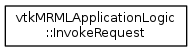
The Graphviz diagram master/inherit_graph_136.png in jamesobutler/apidocs.slicer.org, before a commit. Its source is kept beside it as master/inherit_graph_136.dot.
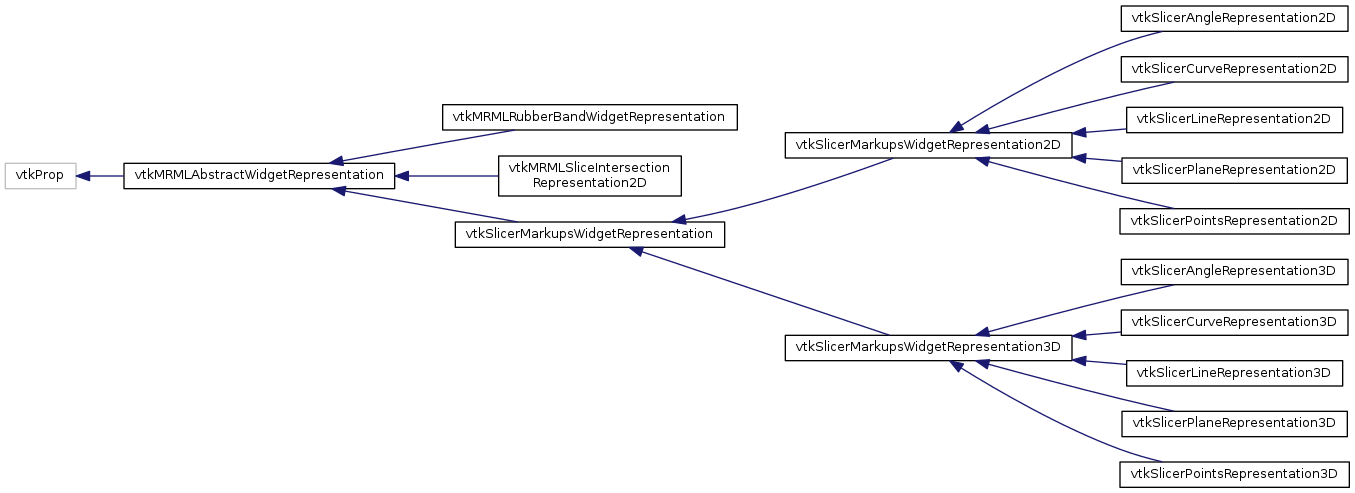
After the change.

Change to the diagram source:
```diff
@@ -4,5 +4,37 @@
   edge [fontname="Helvetica",fontsize="10",labelfontname="Helvetica",labelfontsize="10"];
   node [fontname="Helvetica",fontsize="10",shape=record];
   rankdir="LR";
-  Node0 [label="vtkMRMLApplicationLogic\l::InvokeRequest",height=0.2,width=0.4,color="black",URL="$structvtkMRMLApplicationLogic_1_1InvokeRequest.html",tooltip="Structure passed as calldata pointer in the RequestEvent invoked event. "];
+  Node31 [label="vtkProp",height=0.2,width=0.4,color="grey75"];
+  Node31 -> Node0 [dir="back",color="midnightblue",fontsize="10",style="solid",fontname="Helvetica"];
+  Node0 [label="vtkMRMLAbstractWidgetRepresentation",height=0.2,width=0.4,color="black",URL="$classvtkMRMLAbstractWidgetRepresentation.html",tooltip="Class for rendering a markups node. "];
+  Node0 -> Node1 [dir="back",color="midnightblue",fontsize="10",style="solid",fontname="Helvetica"];
+  Node1 [label="vtkMRMLRubberBandWidgetRepresentation",height=0.2,width=0.4,color="black",URL="$classvtkMRMLRubberBandWidgetRepresentation.html",tooltip="represent intersections of other slice views in the current slice view "];
+  Node0 -> Node2 [dir="back",color="midnightblue",fontsize="10",style="solid",fontname="Helvetica"];
+  Node2 [label="vtkMRMLSliceIntersection\lRepresentation2D",height=0.2,width=0.4,color="black",URL="$classvtkMRMLSliceIntersectionRepresentation2D.html",tooltip="represent intersections of other slice views in the current slice view "];
+  Node0 -> Node3 [dir="back",color="midnightblue",fontsize="10",style="solid",fontname="Helvetica"];
+  Node3 [label="vtkSlicerMarkupsWidgetRepresentation",height=0.2,width=0.4,color="black",URL="$classvtkSlicerMarkupsWidgetRepresentation.html",tooltip="Class for rendering a markups node. "];
+  Node3 -> Node4 [dir="back",color="midnightblue",fontsize="10",style="solid",fontname="Helvetica"];
+  Node4 [label="vtkSlicerMarkupsWidgetRepresentation2D",height=0.2,width=0.4,color="black",URL="$classvtkSlicerMarkupsWidgetRepresentation2D.html",tooltip="Default representation for the slicer markups widget. "];
+  Node4 -> Node5 [dir="back",color="midnightblue",fontsize="10",style="solid",fontname="Helvetica"];
+  Node5 [label="vtkSlicerAngleRepresentation2D",height=0.2,width=0.4,color="black",URL="$classvtkSlicerAngleRepresentation2D.html",tooltip="Default representation for the line widget. "];
+  Node4 -> Node6 [dir="back",color="midnightblue",fontsize="10",style="solid",fontname="Helvetica"];
+  Node6 [label="vtkSlicerCurveRepresentation2D",height=0.2,width=0.4,color="black",URL="$classvtkSlicerCurveRepresentation2D.html",tooltip="Default representation for the line widget. "];
+  Node4 -> Node7 [dir="back",color="midnightblue",fontsize="10",style="solid",fontname="Helvetica"];
+  Node7 [label="vtkSlicerLineRepresentation2D",height=0.2,width=0.4,color="black",URL="$classvtkSlicerLineRepresentation2D.html",tooltip="Default representation for the line widget. "];
+  Node4 -> Node8 [dir="back",color="midnightblue",fontsize="10",style="solid",fontname="Helvetica"];
+  Node8 [label="vtkSlicerPlaneRepresentation2D",height=0.2,width=0.4,color="black",URL="$classvtkSlicerPlaneRepresentation2D.html",tooltip="Default representation for the plane widget. "];
+  Node4 -> Node9 [dir="back",color="midnightblue",fontsize="10",style="solid",fontname="Helvetica"];
+  Node9 [label="vtkSlicerPointsRepresentation2D",height=0.2,width=0.4,color="black",URL="$classvtkSlicerPointsRepresentation2D.html",tooltip="Default representation for the points widget. "];
+  Node3 -> Node10 [dir="back",color="midnightblue",fontsize="10",style="solid",fontname="Helvetica"];
+  Node10 [label="vtkSlicerMarkupsWidgetRepresentation3D",height=0.2,width=0.4,color="black",URL="$classvtkSlicerMarkupsWidgetRepresentation3D.html",tooltip="Default representation for the markups widget in 3D views. "];
+  Node10 -> Node11 [dir="back",color="midnightblue",fontsize="10",style="solid",fontname="Helvetica"];
+  Node11 [label="vtkSlicerAngleRepresentation3D",height=0.2,width=0.4,color="black",URL="$classvtkSlicerAngleRepresentation3D.html",tooltip="Default representation for the angle widget. "];
+  Node10 -> Node12 [dir="back",color="midnightblue",fontsize="10",style="solid",fontname="Helvetica"];
+  Node12 [label="vtkSlicerCurveRepresentation3D",height=0.2,width=0.4,color="black",URL="$classvtkSlicerCurveRepresentation3D.html",tooltip="Default representation for the curve widget. "];
+  Node10 -> Node13 [dir="back",color="midnightblue",fontsize="10",style="solid",fontname="Helvetica"];
+  Node13 [label="vtkSlicerLineRepresentation3D",height=0.2,width=0.4,color="black",URL="$classvtkSlicerLineRepresentation3D.html",tooltip="Default representation for the line widget. "];
+  Node10 -> Node14 [dir="back",color="midnightblue",fontsize="10",style="solid",fontname="Helvetica"];
+  Node14 [label="vtkSlicerPlaneRepresentation3D",height=0.2,width=0.4,color="black",URL="$classvtkSlicerPlaneRepresentation3D.html",tooltip="Default representation for the plane widget. "];
+  Node10 -> Node15 [dir="back",color="midnightblue",fontsize="10",style="solid",fontname="Helvetica"];
+  Node15 [label="vtkSlicerPointsRepresentation3D",height=0.2,width=0.4,color="black",URL="$classvtkSlicerPointsRepresentation3D.html",tooltip="Default representation for the points widget. "];
 }
```
